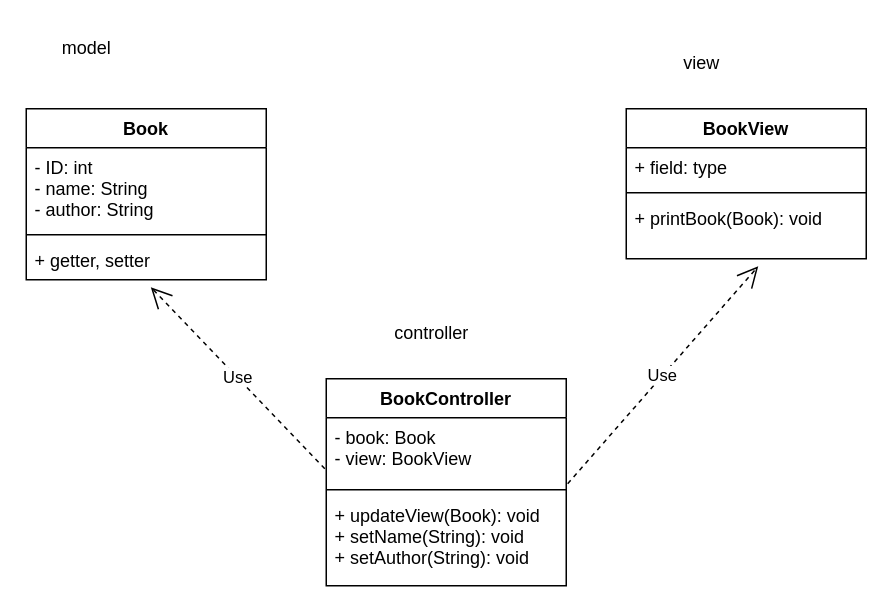
This is j2ee-spring-patterns/mvc/arch.drawio from anilbolat/design-patterns, a draw.io file, before an edit. Source tidied: cells renumbered, new cells numbered last; positions are measured from the earlier drawing's top-left corner, leaving out a move shared by most shapes. Both pictures are drawn from the tidied source at 150%, with x=0, y=0 at pixel (26, 26).
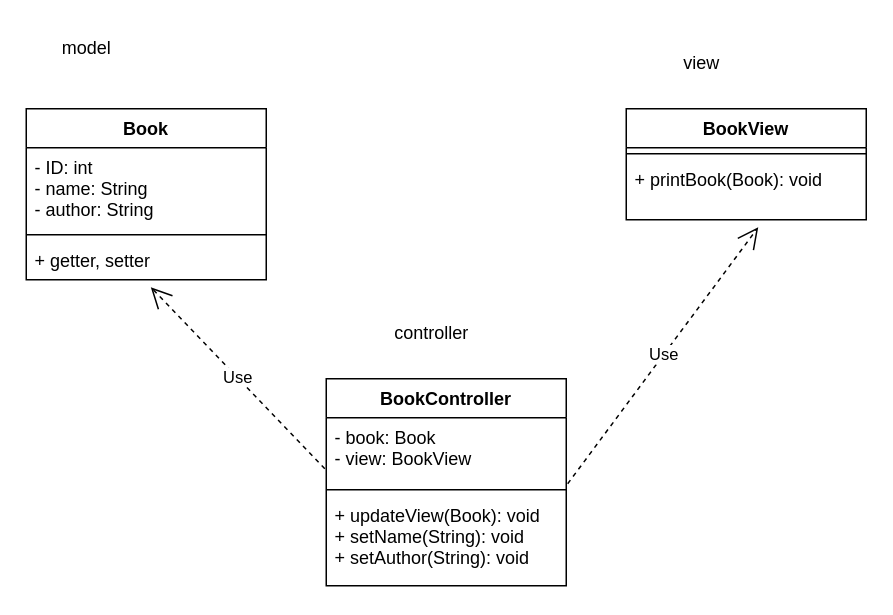
Above is the later version.

What changed in the source:
```diff
@@
 <mxGraphModel>
   <root>
     <mxCell id="0" />
     <mxCell id="1" parent="0" />
     <mxCell id="2" value="Book" style="swimlane;fontStyle=1;align=center;verticalAlign=top;horizontal=1;startSize=26;" parent="1" vertex="1">
       <mxGeometry y="55" width="160" height="114" as="geometry" />
     </mxCell>
     <mxCell id="3" value="- ID: int&#10;- name: String&#10;- author: String" style="text;strokeColor=none;fillColor=none;align=left;verticalAlign=top;spacingLeft=4;spacingRight=4;overflow=hidden;" parent="2" vertex="1">
       <mxGeometry y="26" width="160" height="54" as="geometry" />
     </mxCell>
     <mxCell id="4" style="line;strokeWidth=1;fillColor=none;align=left;verticalAlign=middle;spacingTop=-1;spacingLeft=3;spacingRight=3;labelPosition=right;strokeColor=inherit;" parent="2" vertex="1">
       <mxGeometry y="80" width="160" height="8" as="geometry" />
     </mxCell>
     <mxCell id="5" value="+ getter, setter" style="text;strokeColor=none;fillColor=none;align=left;verticalAlign=top;spacingLeft=4;spacingRight=4;overflow=hidden;points=[[0,0.5],[1,0.5]];portConstraint=eastwest;" parent="2" vertex="1">
       <mxGeometry y="88" width="160" height="26" as="geometry" />
     </mxCell>
     <mxCell id="6" value="BookView" style="swimlane;fontStyle=1;align=center;verticalAlign=top;horizontal=1;startSize=26;" parent="1" vertex="1">
-      <mxGeometry x="400" y="55" width="160" height="100" as="geometry" />
+      <mxGeometry x="400" y="55" width="160" height="74" as="geometry" />
     </mxCell>
-    <mxCell id="7" value="+ field: type" style="text;strokeColor=none;fillColor=none;align=left;verticalAlign=top;spacingLeft=4;spacingRight=4;overflow=hidden;" parent="6" vertex="1">
-      <mxGeometry y="26" width="160" height="26" as="geometry" />
-    </mxCell>
     <mxCell id="8" style="line;strokeWidth=1;fillColor=none;align=left;verticalAlign=middle;spacingTop=-1;spacingLeft=3;spacingRight=3;labelPosition=right;strokeColor=inherit;" parent="6" vertex="1">
-      <mxGeometry y="52" width="160" height="8" as="geometry" />
+      <mxGeometry y="26" width="160" height="8" as="geometry" />
     </mxCell>
     <mxCell id="9" value="+ printBook(Book): void" style="text;strokeColor=none;fillColor=none;align=left;verticalAlign=top;spacingLeft=4;spacingRight=4;overflow=hidden;points=[[0,0.5],[1,0.5]];portConstraint=eastwest;" parent="6" vertex="1">
-      <mxGeometry y="60" width="160" height="40" as="geometry" />
+      <mxGeometry y="34" width="160" height="40" as="geometry" />
     </mxCell>
     <mxCell id="10" value="BookController" style="swimlane;fontStyle=1;align=center;verticalAlign=top;horizontal=1;startSize=26;" parent="1" vertex="1">
       <mxGeometry x="200" y="235" width="160" height="138" as="geometry" />
     </mxCell>
     <mxCell id="11" value="- book: Book&#10;- view: BookView" style="text;strokeColor=none;fillColor=none;align=left;verticalAlign=top;spacingLeft=4;spacingRight=4;overflow=hidden;points=[[0,0.5],[1,0.5]];portConstraint=eastwest;" parent="10" vertex="1">
       <mxGeometry y="26" width="160" height="44" as="geometry" />
     </mxCell>
     <mxCell id="12" style="line;strokeWidth=1;fillColor=none;align=left;verticalAlign=middle;spacingTop=-1;spacingLeft=3;spacingRight=3;labelPosition=right;strokeColor=inherit;" parent="10" vertex="1">
       <mxGeometry y="70" width="160" height="8" as="geometry" />
     </mxCell>
     <mxCell id="13" value="+ updateView(Book): void&#10;+ setName(String): void&#10;+ setAuthor(String): void" style="text;strokeColor=none;fillColor=none;align=left;verticalAlign=top;spacingLeft=4;spacingRight=4;overflow=hidden;" parent="10" vertex="1">
       <mxGeometry y="78" width="160" height="60" as="geometry" />
     </mxCell>
     <mxCell id="14" value="model" style="text;html=1;align=center;verticalAlign=middle;strokeColor=none;fillColor=none;" parent="1" vertex="1">
       <mxGeometry x="10" width="60" height="30" as="geometry" />
     </mxCell>
     <mxCell id="15" value="view" style="text;html=1;align=center;verticalAlign=middle;strokeColor=none;fillColor=none;" parent="1" vertex="1">
       <mxGeometry x="425" y="10" width="50" height="30" as="geometry" />
     </mxCell>
     <mxCell id="16" value="controller" style="text;html=1;align=center;verticalAlign=middle;strokeColor=none;fillColor=none;" parent="1" vertex="1">
       <mxGeometry x="235" y="190" width="70" height="30" as="geometry" />
     </mxCell>
     <mxCell id="17" value="Use" style="endArrow=open;endSize=12;dashed=1;html=1;rounded=0;entryX=0.519;entryY=1.192;entryDx=0;entryDy=0;entryPerimeter=0;exitX=-0.006;exitY=0.773;exitDx=0;exitDy=0;exitPerimeter=0;" parent="1" edge="1" source="11" target="5">
       <mxGeometry relative="1" as="geometry" />
     </mxCell>
     <mxCell id="18" value="Use" style="endArrow=open;endSize=12;dashed=1;html=1;rounded=0;entryX=0.55;entryY=1.125;entryDx=0;entryDy=0;entryPerimeter=0;exitX=1.006;exitY=1;exitDx=0;exitDy=0;exitPerimeter=0;" parent="1" edge="1" source="11" target="9">
       <mxGeometry relative="1" as="geometry" />
     </mxCell>
   </root>
 </mxGraphModel>
```
